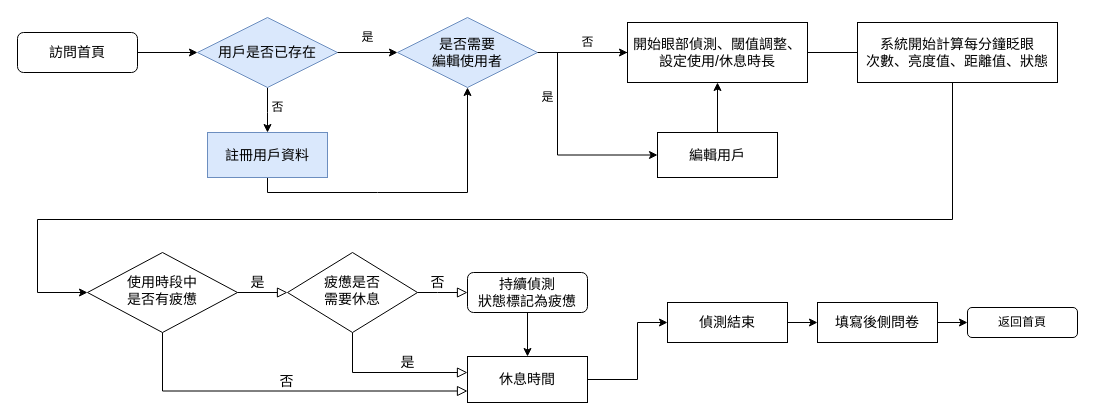
Above: 流程圖.drawio in TsaiMandy9112/Eye-detection (draw.io), before the change. Source tidied: cells renumbered, new cells numbered last; positions are measured from the earlier drawing's top-left corner, leaving out a move shared by most shapes. Both pictures are drawn from the tidied source at 100%, with x=0, y=0 at pixel (17, 17).
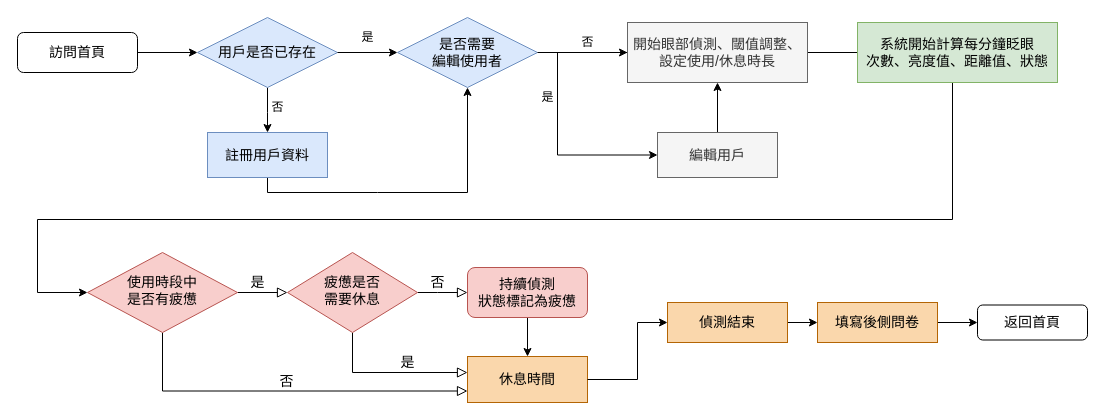
After the change.

Commit message:
更新流程圖.drawio

What changed in the source:
```diff
@@
-    <mxCell id="5" value="&lt;font style=&quot;font-size: 14px;&quot;&gt;使用時段中&lt;/font&gt;&lt;div&gt;&lt;font style=&quot;font-size: 14px;&quot;&gt;是否有疲憊&lt;/font&gt;&lt;/div&gt;" style="rhombus;whiteSpace=wrap;html=1;shadow=0;fontFamily=Helvetica;fontSize=12;align=center;strokeWidth=1;spacing=6;spacingTop=-4;" parent="1" vertex="1">
+    <mxCell id="5" value="&lt;font style=&quot;font-size: 14px;&quot;&gt;使用時段中&lt;/font&gt;&lt;div&gt;&lt;font style=&quot;font-size: 14px;&quot;&gt;是否有疲憊&lt;/font&gt;&lt;/div&gt;" style="rhombus;whiteSpace=wrap;html=1;shadow=0;fontFamily=Helvetica;fontSize=12;align=center;strokeWidth=1;spacing=6;spacingTop=-4;fillColor=#f8cecc;strokeColor=#b85450;" parent="1" vertex="1">
       <mxGeometry x="70" y="235" width="150" height="80" as="geometry" />
     </mxCell>
@@
-    <mxCell id="8" value="&lt;font style=&quot;vertical-align: inherit; font-size: 14px;&quot;&gt;疲憊是否&lt;/font&gt;&lt;div&gt;&lt;font style=&quot;vertical-align: inherit; font-size: 14px;&quot;&gt;需要休息&lt;/font&gt;&lt;/div&gt;" style="rhombus;whiteSpace=wrap;html=1;shadow=0;fontFamily=Helvetica;fontSize=12;align=center;strokeWidth=1;spacing=6;spacingTop=-4;" parent="1" vertex="1">
+    <mxCell id="8" value="&lt;font style=&quot;vertical-align: inherit; font-size: 14px;&quot;&gt;疲憊是否&lt;/font&gt;&lt;div&gt;&lt;font style=&quot;vertical-align: inherit; font-size: 14px;&quot;&gt;需要休息&lt;/font&gt;&lt;/div&gt;" style="rhombus;whiteSpace=wrap;html=1;shadow=0;fontFamily=Helvetica;fontSize=12;align=center;strokeWidth=1;spacing=6;spacingTop=-4;fillColor=#f8cecc;strokeColor=#b85450;" parent="1" vertex="1">
       <mxGeometry x="270" y="235" width="130" height="80" as="geometry" />
     </mxCell>
@@
-    <mxCell id="10" value="&lt;font style=&quot;vertical-align: inherit; font-size: 14px;&quot;&gt;持續偵測&lt;/font&gt;&lt;div&gt;&lt;span style=&quot;font-size: 14px;&quot;&gt;狀態標記為疲憊&lt;/span&gt;&lt;/div&gt;" style="rounded=1;whiteSpace=wrap;html=1;fontSize=12;glass=0;strokeWidth=1;shadow=0;" parent="1" vertex="1">
-      <mxGeometry x="450" y="255" width="120" height="40" as="geometry" />
+    <mxCell id="10" value="&lt;font style=&quot;vertical-align: inherit; font-size: 14px;&quot;&gt;持續偵測&lt;/font&gt;&lt;div&gt;&lt;span style=&quot;font-size: 14px;&quot;&gt;狀態標記為疲憊&lt;/span&gt;&lt;/div&gt;" style="rounded=1;whiteSpace=wrap;html=1;fontSize=12;glass=0;strokeWidth=1;shadow=0;fillColor=#f8cecc;strokeColor=#b85450;" parent="1" vertex="1">
+      <mxGeometry x="450" y="250" width="120" height="50" as="geometry" />
     </mxCell>
@@
-    <mxCell id="23" value="&lt;font style=&quot;font-size: 14px;&quot;&gt;開始眼部偵測、&lt;/font&gt;&lt;span style=&quot;font-size: 14px;&quot;&gt;閾值調整、&lt;/span&gt;&lt;div&gt;&lt;div&gt;&lt;span style=&quot;background-color: initial;&quot;&gt;&lt;font style=&quot;font-size: 14px;&quot;&gt;設定使用/休息時長&lt;/font&gt;&lt;/span&gt;&lt;/div&gt;&lt;/div&gt;" style="rounded=0;whiteSpace=wrap;html=1;" parent="1" vertex="1">
+    <mxCell id="23" value="&lt;font style=&quot;font-size: 14px;&quot;&gt;開始眼部偵測、&lt;/font&gt;&lt;span style=&quot;font-size: 14px;&quot;&gt;閾值調整、&lt;/span&gt;&lt;div&gt;&lt;div&gt;&lt;span style=&quot;background-color: initial;&quot;&gt;&lt;font style=&quot;font-size: 14px;&quot;&gt;設定使用/休息時長&lt;/font&gt;&lt;/span&gt;&lt;/div&gt;&lt;/div&gt;" style="rounded=0;whiteSpace=wrap;html=1;fillColor=#f5f5f5;fontColor=#333333;strokeColor=#666666;" parent="1" vertex="1">
       <mxGeometry x="610" y="5" width="180" height="60" as="geometry" />
     </mxCell>
@@
-    <mxCell id="25" value="&lt;font style=&quot;font-size: 14px;&quot;&gt;編輯用戶&lt;/font&gt;" style="rounded=0;whiteSpace=wrap;html=1;" parent="1" vertex="1">
+    <mxCell id="25" value="&lt;font style=&quot;font-size: 14px;&quot;&gt;編輯用戶&lt;/font&gt;" style="rounded=0;whiteSpace=wrap;html=1;fillColor=#f5f5f5;fontColor=#333333;strokeColor=#666666;" parent="1" vertex="1">
       <mxGeometry x="640" y="115" width="120" height="45" as="geometry" />
     </mxCell>
@@
-    <mxCell id="27" value="&lt;font style=&quot;font-size: 14px;&quot;&gt;系統開始計算每分鐘眨眼&lt;/font&gt;&lt;div&gt;&lt;font style=&quot;font-size: 14px;&quot;&gt;次數、亮度值、距離值、狀態&lt;/font&gt;&lt;/div&gt;" style="rounded=0;whiteSpace=wrap;html=1;" parent="1" vertex="1">
+    <mxCell id="27" value="&lt;font style=&quot;font-size: 14px;&quot;&gt;系統開始計算每分鐘眨眼&lt;/font&gt;&lt;div&gt;&lt;font style=&quot;font-size: 14px;&quot;&gt;次數、亮度值、距離值、狀態&lt;/font&gt;&lt;/div&gt;" style="rounded=0;whiteSpace=wrap;html=1;fillColor=#d5e8d4;strokeColor=#82b366;" parent="1" vertex="1">
       <mxGeometry x="840" y="5" width="200" height="60" as="geometry" />
     </mxCell>
@@
-    <mxCell id="29" value="&lt;font style=&quot;font-size: 14px;&quot;&gt;休息時間&lt;/font&gt;" style="rounded=0;whiteSpace=wrap;html=1;" parent="1" vertex="1">
+    <mxCell id="29" value="&lt;font style=&quot;font-size: 14px;&quot;&gt;休息時間&lt;/font&gt;" style="rounded=0;whiteSpace=wrap;html=1;fillColor=#fad7ac;strokeColor=#b46504;" parent="1" vertex="1">
       <mxGeometry x="450" y="339" width="120" height="46" as="geometry" />
     </mxCell>
@@
-    <mxCell id="31" value="&lt;font style=&quot;font-size: 14px;&quot;&gt;填寫後側問卷&lt;/font&gt;" style="rounded=0;whiteSpace=wrap;html=1;" parent="1" vertex="1">
+    <mxCell id="31" value="&lt;font style=&quot;font-size: 14px;&quot;&gt;填寫後側問卷&lt;/font&gt;" style="rounded=0;whiteSpace=wrap;html=1;fillColor=#fad7ac;strokeColor=#b46504;" parent="1" vertex="1">
       <mxGeometry x="800" y="285" width="120" height="40" as="geometry" />
     </mxCell>
@@
-    <mxCell id="33" value="&lt;font style=&quot;font-size: 14px;&quot;&gt;偵測結束&lt;/font&gt;" style="rounded=0;whiteSpace=wrap;html=1;" parent="1" vertex="1">
+    <mxCell id="33" value="&lt;font style=&quot;font-size: 14px;&quot;&gt;偵測結束&lt;/font&gt;" style="rounded=0;whiteSpace=wrap;html=1;fillColor=#fad7ac;strokeColor=#b46504;" parent="1" vertex="1">
       <mxGeometry x="650" y="285" width="120" height="40" as="geometry" />
     </mxCell>
-    <mxCell id="34" value="返回首頁" style="rounded=1;whiteSpace=wrap;html=1;" parent="1" vertex="1">
-      <mxGeometry x="950" y="290" width="110" height="30" as="geometry" />
+    <mxCell id="34" value="&lt;font style=&quot;font-size: 14px;&quot;&gt;返回首頁&lt;/font&gt;" style="rounded=1;whiteSpace=wrap;html=1;" parent="1" vertex="1">
+      <mxGeometry x="960" y="287.5" width="110" height="35" as="geometry" />
     </mxCell>
```
